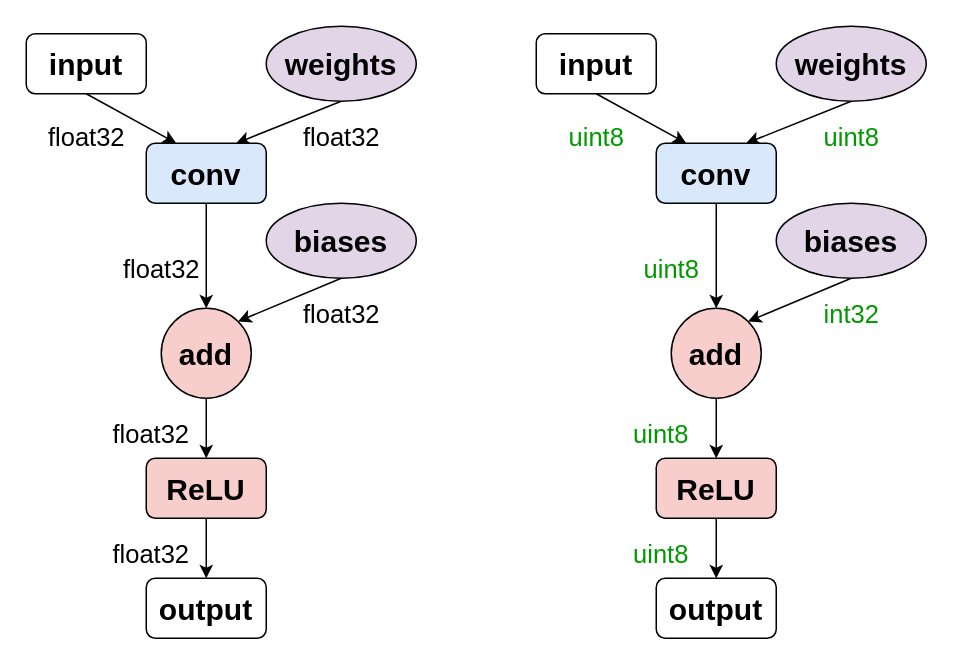
hoangtv2000/document-collection keeps this draw.io diagram as page "Trang-1" (1 of 3) of Quantization BCSC.drawio. Above is the earlier version. Source tidied: cells renumbered, new cells numbered last; positions are measured from the earlier drawing's top-left corner, leaving out a move shared by most shapes. Both pictures are drawn from the tidied source at 150%, with x=0, y=0 at pixel (26, 26).
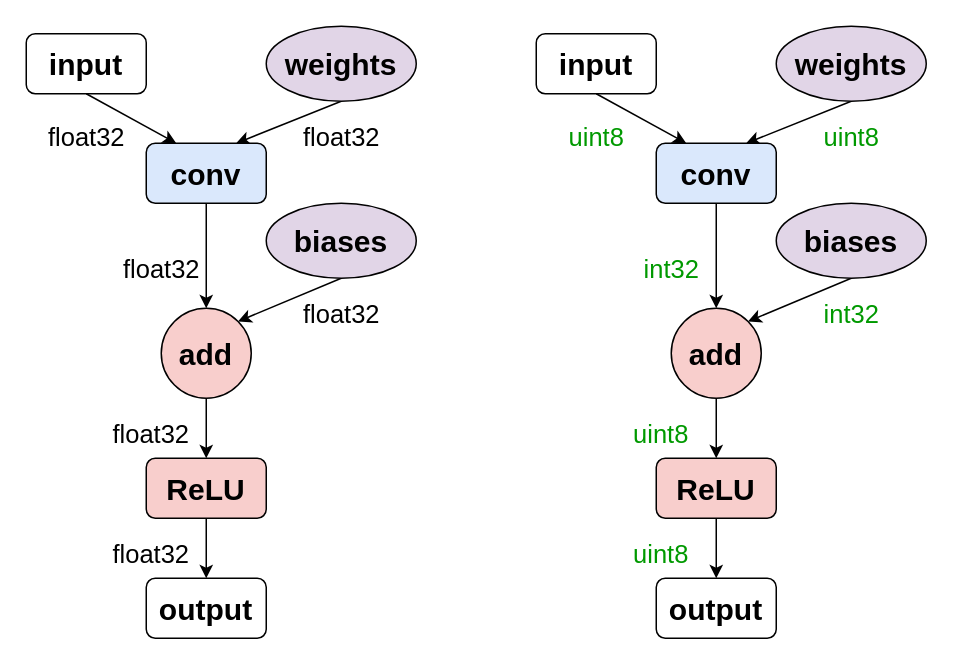
After the change.

What changed in the source:
```diff
@@
-    <mxCell id="35" value="uint8" style="text;html=1;align=center;verticalAlign=middle;strokeColor=none;fillColor=none;fontSize=17;fontColor=#009900;" parent="1" vertex="1">
+    <mxCell id="35" value="int32" style="text;html=1;align=center;verticalAlign=middle;strokeColor=none;fillColor=none;fontSize=17;fontColor=#009900;" parent="1" vertex="1">
       <mxGeometry x="400" y="148" width="60" height="30" as="geometry" />
     </mxCell>
```
